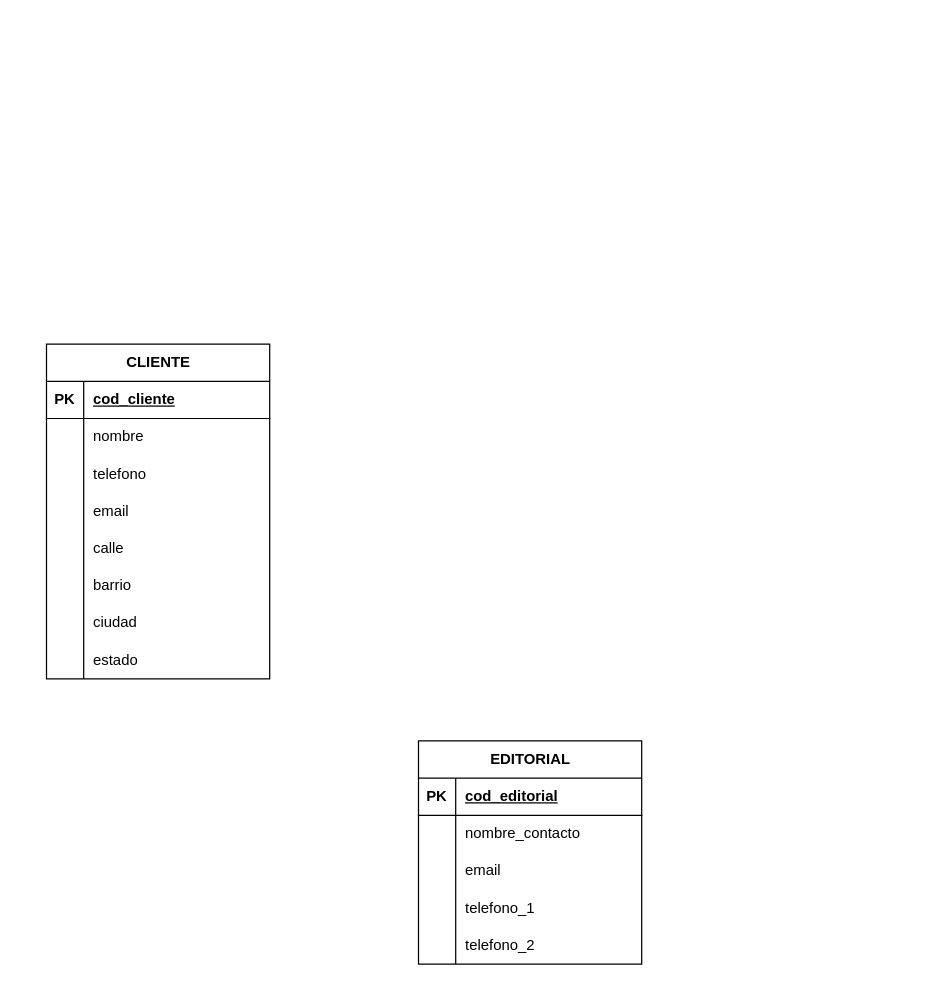
The draw.io diagram modelo-logico.drawio in maximo-he/Modelado-de-base-de-datos, before the edit. Source tidied: cells renumbered, new cells numbered last; positions are measured from the earlier drawing's top-left corner, leaving out a move shared by most shapes. Both pictures are drawn from the tidied source at 124%, with x=0, y=0 at pixel (46, 343).
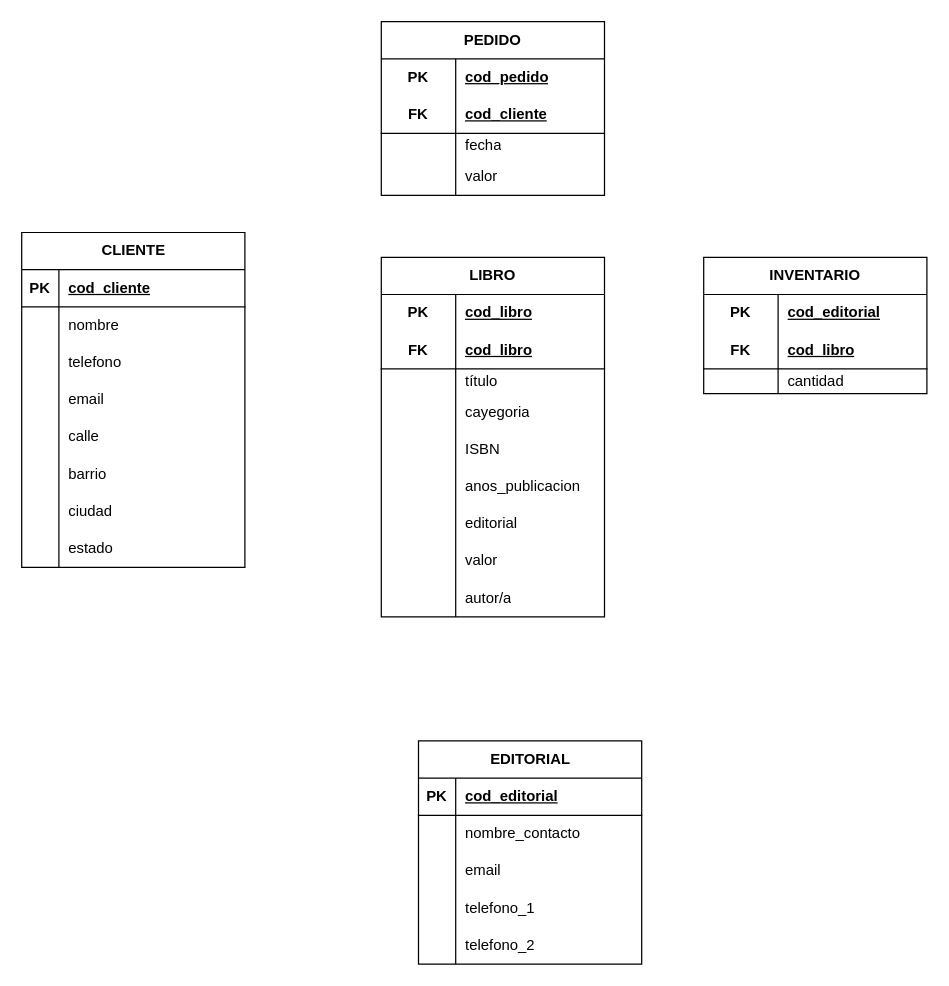
The same diagram, later.

Diff of the diagram source:
```diff
@@
     <mxCell id="2" value="CLIENTE" style="shape=table;startSize=30;childLayout=tableLayout;rowLines=0;fontStyle=1;align=center;html=1;" parent="1" vertex="1">
-      <mxGeometry width="180" height="270" as="geometry" />
+      <mxGeometry x="-20" y="-90" width="180" height="270" as="geometry" />
     </mxCell>
@@
+    <mxCell id="43" value="PEDIDO" style="shape=table;startSize=30;childLayout=tableLayout;rowLines=0;fontStyle=1;align=center;html=1;whiteSpace=wrap;" parent="1" vertex="1">
+      <mxGeometry x="270" y="-260" width="180" height="140" as="geometry" />
+    </mxCell>
+    <mxCell id="44" style="shape=tableRow;horizontal=0;startSize=0;swimlaneHead=0;swimlaneBody=0;fillColor=none;top=0;left=0;right=0;bottom=0;html=1;" parent="43" vertex="1">
+      <mxGeometry y="30" width="180" height="30" as="geometry" />
+    </mxCell>
+    <mxCell id="45" value="PK" style="shape=partialRectangle;fillColor=none;top=0;left=0;bottom=0;right=0;fontStyle=1;overflow=hidden;html=1;whiteSpace=wrap;" parent="44" vertex="1">
+      <mxGeometry width="60" height="30" as="geometry" />
+    </mxCell>
+    <mxCell id="46" value="cod_pedido" style="shape=partialRectangle;fillColor=none;top=0;left=0;bottom=0;right=0;align=left;spacingLeft=6;fontStyle=5;overflow=hidden;html=1;whiteSpace=wrap;" parent="44" vertex="1">
+      <mxGeometry x="60" width="120" height="30" as="geometry" />
+    </mxCell>
+    <mxCell id="47" style="shape=tableRow;horizontal=0;startSize=0;swimlaneHead=0;swimlaneBody=0;fillColor=none;top=0;left=0;right=0;bottom=1;html=1;" parent="43" vertex="1">
+      <mxGeometry y="60" width="180" height="30" as="geometry" />
+    </mxCell>
+    <mxCell id="48" value="FK" style="shape=partialRectangle;fillColor=none;top=0;left=0;bottom=0;right=0;fontStyle=1;overflow=hidden;html=1;whiteSpace=wrap;" parent="47" vertex="1">
+      <mxGeometry width="60" height="30" as="geometry" />
+    </mxCell>
+    <mxCell id="49" value="cod_cliente" style="shape=partialRectangle;fillColor=none;top=0;left=0;bottom=0;right=0;align=left;spacingLeft=6;fontStyle=5;overflow=hidden;html=1;whiteSpace=wrap;" parent="47" vertex="1">
+      <mxGeometry x="60" width="120" height="30" as="geometry" />
+    </mxCell>
+    <mxCell id="50" style="shape=tableRow;horizontal=0;startSize=0;swimlaneHead=0;swimlaneBody=0;fillColor=none;top=0;left=0;right=0;bottom=0;html=1;" parent="43" vertex="1">
+      <mxGeometry y="90" width="180" height="20" as="geometry" />
+    </mxCell>
+    <mxCell id="51" style="shape=partialRectangle;fillColor=none;top=0;left=0;bottom=0;right=0;overflow=hidden;html=1;whiteSpace=wrap;" parent="50" vertex="1">
+      <mxGeometry width="60" height="20" as="geometry" />
+    </mxCell>
+    <mxCell id="52" value="fecha" style="shape=partialRectangle;fillColor=none;top=0;left=0;bottom=0;right=0;align=left;spacingLeft=6;overflow=hidden;html=1;whiteSpace=wrap;" parent="50" vertex="1">
+      <mxGeometry x="60" width="120" height="20" as="geometry" />
+    </mxCell>
+    <mxCell id="53" style="shape=tableRow;horizontal=0;startSize=0;swimlaneHead=0;swimlaneBody=0;fillColor=none;top=0;left=0;right=0;bottom=0;html=1;" parent="43" vertex="1">
+      <mxGeometry y="110" width="180" height="30" as="geometry" />
+    </mxCell>
+    <mxCell id="54" style="shape=partialRectangle;fillColor=none;top=0;left=0;bottom=0;right=0;overflow=hidden;html=1;whiteSpace=wrap;" parent="53" vertex="1">
+      <mxGeometry width="60" height="30" as="geometry" />
+    </mxCell>
+    <mxCell id="55" value="valor" style="shape=partialRectangle;fillColor=none;top=0;left=0;bottom=0;right=0;align=left;spacingLeft=6;overflow=hidden;html=1;whiteSpace=wrap;" parent="53" vertex="1">
+      <mxGeometry x="60" width="120" height="30" as="geometry" />
+    </mxCell>
+    <mxCell id="56" value="LIBRO" style="shape=table;startSize=30;childLayout=tableLayout;rowLines=0;fontStyle=1;align=center;html=1;whiteSpace=wrap;" parent="1" vertex="1">
+      <mxGeometry x="270" y="-70" width="180" height="290" as="geometry" />
+    </mxCell>
+    <mxCell id="57" style="shape=tableRow;horizontal=0;startSize=0;swimlaneHead=0;swimlaneBody=0;fillColor=none;top=0;left=0;right=0;bottom=0;html=1;" parent="56" vertex="1">
+      <mxGeometry y="30" width="180" height="30" as="geometry" />
+    </mxCell>
+    <mxCell id="58" value="PK" style="shape=partialRectangle;fillColor=none;top=0;left=0;bottom=0;right=0;fontStyle=1;overflow=hidden;html=1;whiteSpace=wrap;" parent="57" vertex="1">
+      <mxGeometry width="60" height="30" as="geometry" />
+    </mxCell>
+    <mxCell id="59" value="cod_libro" style="shape=partialRectangle;fillColor=none;top=0;left=0;bottom=0;right=0;align=left;spacingLeft=6;fontStyle=5;overflow=hidden;html=1;whiteSpace=wrap;" parent="57" vertex="1">
+      <mxGeometry x="60" width="120" height="30" as="geometry" />
+    </mxCell>
+    <mxCell id="60" style="shape=tableRow;horizontal=0;startSize=0;swimlaneHead=0;swimlaneBody=0;fillColor=none;top=0;left=0;right=0;bottom=1;html=1;" parent="56" vertex="1">
+      <mxGeometry y="60" width="180" height="30" as="geometry" />
+    </mxCell>
+    <mxCell id="61" value="FK" style="shape=partialRectangle;fillColor=none;top=0;left=0;bottom=0;right=0;fontStyle=1;overflow=hidden;html=1;whiteSpace=wrap;" parent="60" vertex="1">
+      <mxGeometry width="60" height="30" as="geometry" />
+    </mxCell>
+    <mxCell id="62" value="cod_libro" style="shape=partialRectangle;fillColor=none;top=0;left=0;bottom=0;right=0;align=left;spacingLeft=6;fontStyle=5;overflow=hidden;html=1;whiteSpace=wrap;" parent="60" vertex="1">
+      <mxGeometry x="60" width="120" height="30" as="geometry" />
+    </mxCell>
+    <mxCell id="63" style="shape=tableRow;horizontal=0;startSize=0;swimlaneHead=0;swimlaneBody=0;fillColor=none;top=0;left=0;right=0;bottom=0;html=1;" parent="56" vertex="1">
+      <mxGeometry y="90" width="180" height="20" as="geometry" />
+    </mxCell>
+    <mxCell id="64" style="shape=partialRectangle;fillColor=none;top=0;left=0;bottom=0;right=0;overflow=hidden;html=1;whiteSpace=wrap;" parent="63" vertex="1">
+      <mxGeometry width="60" height="20" as="geometry" />
+    </mxCell>
+    <mxCell id="65" value="título" style="shape=partialRectangle;fillColor=none;top=0;left=0;bottom=0;right=0;align=left;spacingLeft=6;overflow=hidden;html=1;whiteSpace=wrap;" parent="63" vertex="1">
+      <mxGeometry x="60" width="120" height="20" as="geometry" />
+    </mxCell>
+    <mxCell id="66" style="shape=tableRow;horizontal=0;startSize=0;swimlaneHead=0;swimlaneBody=0;fillColor=none;top=0;left=0;right=0;bottom=0;html=1;" parent="56" vertex="1">
+      <mxGeometry y="110" width="180" height="30" as="geometry" />
+    </mxCell>
+    <mxCell id="67" style="shape=partialRectangle;fillColor=none;top=0;left=0;bottom=0;right=0;overflow=hidden;html=1;whiteSpace=wrap;" parent="66" vertex="1">
+      <mxGeometry width="60" height="30" as="geometry" />
+    </mxCell>
+    <mxCell id="68" value="cayegoria" style="shape=partialRectangle;fillColor=none;top=0;left=0;bottom=0;right=0;align=left;spacingLeft=6;overflow=hidden;html=1;whiteSpace=wrap;" parent="66" vertex="1">
+      <mxGeometry x="60" width="120" height="30" as="geometry" />
+    </mxCell>
+    <mxCell id="69" style="shape=tableRow;horizontal=0;startSize=0;swimlaneHead=0;swimlaneBody=0;fillColor=none;top=0;left=0;right=0;bottom=0;html=1;" parent="56" vertex="1">
+      <mxGeometry y="140" width="180" height="30" as="geometry" />
+    </mxCell>
+    <mxCell id="70" style="shape=partialRectangle;fillColor=none;top=0;left=0;bottom=0;right=0;overflow=hidden;html=1;whiteSpace=wrap;" parent="69" vertex="1">
+      <mxGeometry width="60" height="30" as="geometry" />
+    </mxCell>
+    <mxCell id="71" value="ISBN" style="shape=partialRectangle;fillColor=none;top=0;left=0;bottom=0;right=0;align=left;spacingLeft=6;overflow=hidden;html=1;whiteSpace=wrap;" parent="69" vertex="1">
+      <mxGeometry x="60" width="120" height="30" as="geometry" />
+    </mxCell>
+    <mxCell id="72" style="shape=tableRow;horizontal=0;startSize=0;swimlaneHead=0;swimlaneBody=0;fillColor=none;top=0;left=0;right=0;bottom=0;html=1;" parent="56" vertex="1">
+      <mxGeometry y="170" width="180" height="30" as="geometry" />
+    </mxCell>
+    <mxCell id="73" style="shape=partialRectangle;fillColor=none;top=0;left=0;bottom=0;right=0;overflow=hidden;html=1;whiteSpace=wrap;" parent="72" vertex="1">
+      <mxGeometry width="60" height="30" as="geometry" />
+    </mxCell>
+    <mxCell id="74" value="anos_publicacion" style="shape=partialRectangle;fillColor=none;top=0;left=0;bottom=0;right=0;align=left;spacingLeft=6;overflow=hidden;html=1;whiteSpace=wrap;" parent="72" vertex="1">
+      <mxGeometry x="60" width="120" height="30" as="geometry" />
+    </mxCell>
+    <mxCell id="75" style="shape=tableRow;horizontal=0;startSize=0;swimlaneHead=0;swimlaneBody=0;fillColor=none;top=0;left=0;right=0;bottom=0;html=1;" parent="56" vertex="1">
+      <mxGeometry y="200" width="180" height="30" as="geometry" />
+    </mxCell>
+    <mxCell id="76" style="shape=partialRectangle;fillColor=none;top=0;left=0;bottom=0;right=0;overflow=hidden;html=1;whiteSpace=wrap;" parent="75" vertex="1">
+      <mxGeometry width="60" height="30" as="geometry" />
+    </mxCell>
+    <mxCell id="77" value="editorial" style="shape=partialRectangle;fillColor=none;top=0;left=0;bottom=0;right=0;align=left;spacingLeft=6;overflow=hidden;html=1;whiteSpace=wrap;" parent="75" vertex="1">
+      <mxGeometry x="60" width="120" height="30" as="geometry" />
+    </mxCell>
+    <mxCell id="78" style="shape=tableRow;horizontal=0;startSize=0;swimlaneHead=0;swimlaneBody=0;fillColor=none;top=0;left=0;right=0;bottom=0;html=1;" parent="56" vertex="1">
+      <mxGeometry y="230" width="180" height="30" as="geometry" />
+    </mxCell>
+    <mxCell id="79" style="shape=partialRectangle;fillColor=none;top=0;left=0;bottom=0;right=0;overflow=hidden;html=1;whiteSpace=wrap;" parent="78" vertex="1">
+      <mxGeometry width="60" height="30" as="geometry" />
+    </mxCell>
+    <mxCell id="80" value="valor" style="shape=partialRectangle;fillColor=none;top=0;left=0;bottom=0;right=0;align=left;spacingLeft=6;overflow=hidden;html=1;whiteSpace=wrap;" parent="78" vertex="1">
+      <mxGeometry x="60" width="120" height="30" as="geometry" />
+    </mxCell>
+    <mxCell id="81" style="shape=tableRow;horizontal=0;startSize=0;swimlaneHead=0;swimlaneBody=0;fillColor=none;top=0;left=0;right=0;bottom=0;html=1;" parent="56" vertex="1">
+      <mxGeometry y="260" width="180" height="30" as="geometry" />
+    </mxCell>
+    <mxCell id="82" style="shape=partialRectangle;fillColor=none;top=0;left=0;bottom=0;right=0;overflow=hidden;html=1;whiteSpace=wrap;" parent="81" vertex="1">
+      <mxGeometry width="60" height="30" as="geometry" />
+    </mxCell>
+    <mxCell id="83" value="autor/a" style="shape=partialRectangle;fillColor=none;top=0;left=0;bottom=0;right=0;align=left;spacingLeft=6;overflow=hidden;html=1;whiteSpace=wrap;" parent="81" vertex="1">
+      <mxGeometry x="60" width="120" height="30" as="geometry" />
+    </mxCell>
+    <mxCell id="84" value="INVENTARIO" style="shape=table;startSize=30;childLayout=tableLayout;rowLines=0;fontStyle=1;align=center;html=1;whiteSpace=wrap;" parent="1" vertex="1">
+      <mxGeometry x="530" y="-70" width="180" height="110" as="geometry" />
+    </mxCell>
+    <mxCell id="85" style="shape=tableRow;horizontal=0;startSize=0;swimlaneHead=0;swimlaneBody=0;fillColor=none;top=0;left=0;right=0;bottom=0;html=1;" parent="84" vertex="1">
+      <mxGeometry y="30" width="180" height="30" as="geometry" />
+    </mxCell>
+    <mxCell id="86" value="PK" style="shape=partialRectangle;fillColor=none;top=0;left=0;bottom=0;right=0;fontStyle=1;overflow=hidden;html=1;whiteSpace=wrap;" parent="85" vertex="1">
+      <mxGeometry width="60" height="30" as="geometry" />
+    </mxCell>
+    <mxCell id="87" value="cod_editorial" style="shape=partialRectangle;fillColor=none;top=0;left=0;bottom=0;right=0;align=left;spacingLeft=6;fontStyle=5;overflow=hidden;html=1;whiteSpace=wrap;" parent="85" vertex="1">
+      <mxGeometry x="60" width="120" height="30" as="geometry" />
+    </mxCell>
+    <mxCell id="88" style="shape=tableRow;horizontal=0;startSize=0;swimlaneHead=0;swimlaneBody=0;fillColor=none;top=0;left=0;right=0;bottom=1;html=1;" parent="84" vertex="1">
+      <mxGeometry y="60" width="180" height="30" as="geometry" />
+    </mxCell>
+    <mxCell id="89" value="FK" style="shape=partialRectangle;fillColor=none;top=0;left=0;bottom=0;right=0;fontStyle=1;overflow=hidden;html=1;whiteSpace=wrap;" parent="88" vertex="1">
+      <mxGeometry width="60" height="30" as="geometry" />
+    </mxCell>
+    <mxCell id="90" value="cod_libro" style="shape=partialRectangle;fillColor=none;top=0;left=0;bottom=0;right=0;align=left;spacingLeft=6;fontStyle=5;overflow=hidden;html=1;whiteSpace=wrap;" parent="88" vertex="1">
+      <mxGeometry x="60" width="120" height="30" as="geometry" />
+    </mxCell>
+    <mxCell id="91" style="shape=tableRow;horizontal=0;startSize=0;swimlaneHead=0;swimlaneBody=0;fillColor=none;top=0;left=0;right=0;bottom=0;html=1;" parent="84" vertex="1">
+      <mxGeometry y="90" width="180" height="20" as="geometry" />
+    </mxCell>
+    <mxCell id="92" style="shape=partialRectangle;fillColor=none;top=0;left=0;bottom=0;right=0;overflow=hidden;html=1;whiteSpace=wrap;" parent="91" vertex="1">
+      <mxGeometry width="60" height="20" as="geometry" />
+    </mxCell>
+    <mxCell id="93" value="cantidad" style="shape=partialRectangle;fillColor=none;top=0;left=0;bottom=0;right=0;align=left;spacingLeft=6;overflow=hidden;html=1;whiteSpace=wrap;" parent="91" vertex="1">
+      <mxGeometry x="60" width="120" height="20" as="geometry" />
+    </mxCell>
```
